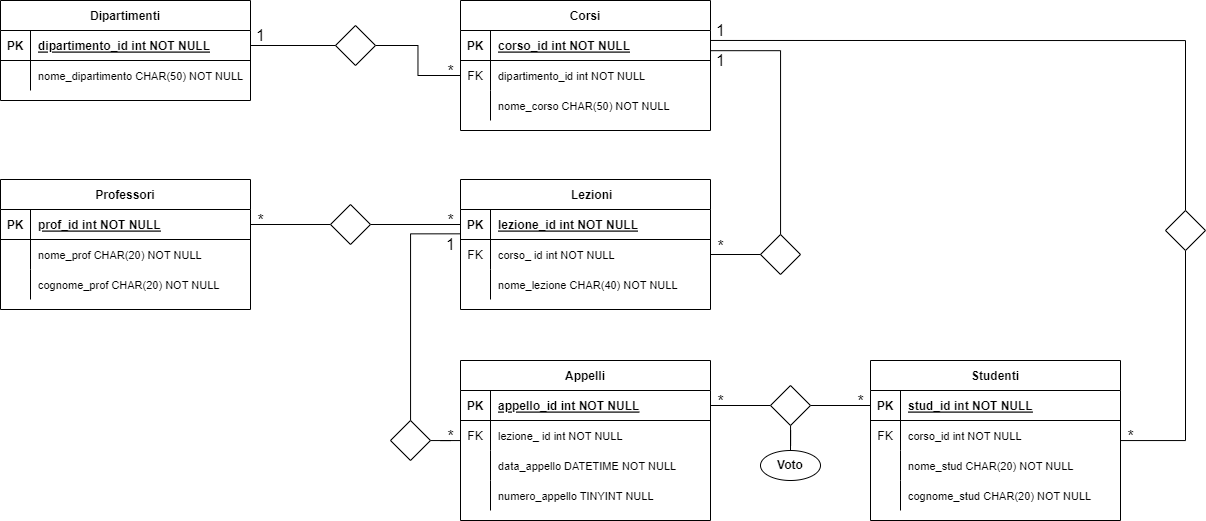
MarcoSandri/db-university keeps this draw.io diagram as Università.png. Above is the earlier version. Source tidied: cells renumbered, new cells last; positions are measured from the earlier drawing's top-left corner, leaving out a move shared by most shapes.
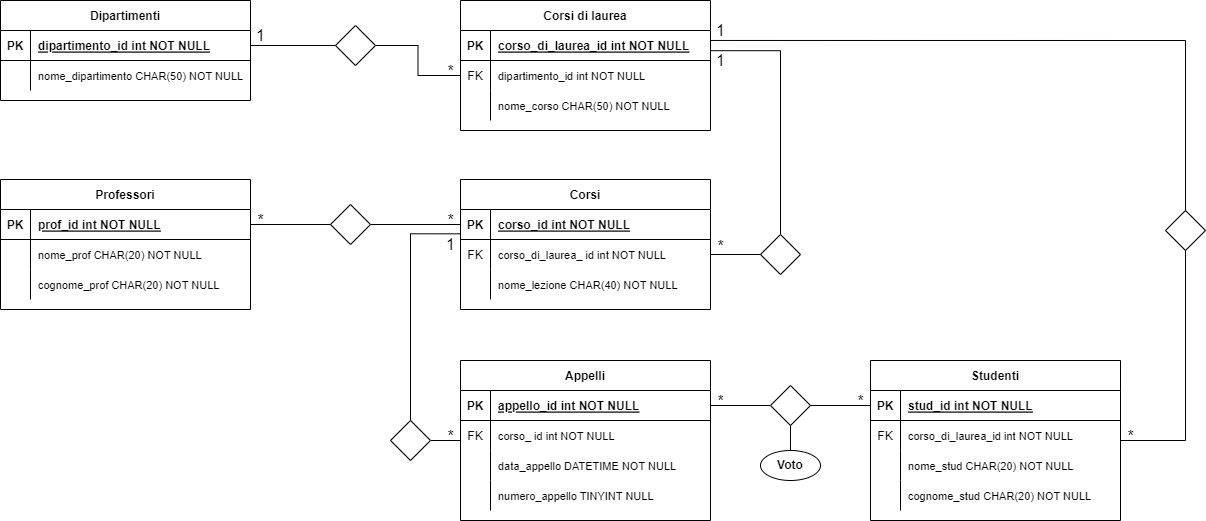
Later version of the same file.

Commit message:
corretto diagramma

The edit, as a diff of the source:
```diff
@@ -12,7 +12,7 @@
         </Array>
       </mxGeometry>
     </mxCell>
-    <mxCell id="4" value="Corsi" style="shape=table;startSize=30;rowLines=0;fontStyle=1;align=center;" parent="1" vertex="1">
+    <mxCell id="4" value="Corsi di laurea" style="shape=table;startSize=30;rowLines=0;fontStyle=1;align=center;" parent="1" vertex="1">
       <mxGeometry x="460" width="250" height="130" as="geometry" />
     </mxCell>
     <mxCell id="5" style="shape=partialRectangle;fillColor=none;points=[[0,0.5],[1,0.5]];portConstraint=eastwest;top=0;left=0;right=0;bottom=1;" parent="4" vertex="1">
@@ -21,7 +21,7 @@
     <mxCell id="6" value="PK" style="shape=partialRectangle;overflow=hidden;fillColor=none;top=0;left=0;bottom=0;right=0;fontStyle=1;" parent="5" vertex="1">
       <mxGeometry width="30" height="30" as="geometry" />
     </mxCell>
-    <mxCell id="7" value="corso_id int NOT NULL " style="shape=partialRectangle;overflow=hidden;fillColor=none;top=0;left=0;bottom=0;right=0;align=left;spacingLeft=6;fontStyle=5;" parent="5" vertex="1">
+    <mxCell id="7" value="corso_di_laurea_id int NOT NULL " style="shape=partialRectangle;overflow=hidden;fillColor=none;top=0;left=0;bottom=0;right=0;align=left;spacingLeft=6;fontStyle=5;" parent="5" vertex="1">
       <mxGeometry x="30" width="220" height="30" as="geometry" />
     </mxCell>
     <mxCell id="8" style="shape=partialRectangle;fillColor=none;points=[[0,0.5],[1,0.5]];portConstraint=eastwest;top=0;left=0;right=0;bottom=0;" parent="4" vertex="1">
@@ -42,7 +42,7 @@
     <mxCell id="13" value="nome_corso CHAR(50) NOT NULL" style="shape=partialRectangle;overflow=hidden;fillColor=none;top=0;left=0;bottom=0;right=0;align=left;spacingLeft=6;fontSize=11;" parent="11" vertex="1">
       <mxGeometry x="30" width="220" height="30" as="geometry" />
     </mxCell>
-    <mxCell id="14" value="    Lezioni" style="shape=table;startSize=30;rowLines=0;fontStyle=1;align=center;" parent="1" vertex="1">
+    <mxCell id="14" value="Corsi" style="shape=table;startSize=30;rowLines=0;fontStyle=1;align=center;" parent="1" vertex="1">
       <mxGeometry x="460" y="179" width="250" height="130" as="geometry" />
     </mxCell>
     <mxCell id="15" style="shape=partialRectangle;fillColor=none;points=[[0,0.5],[1,0.5]];portConstraint=eastwest;top=0;left=0;right=0;bottom=1;" parent="14" vertex="1">
@@ -51,7 +51,7 @@
     <mxCell id="16" value="PK" style="shape=partialRectangle;overflow=hidden;fillColor=none;top=0;left=0;bottom=0;right=0;fontStyle=1;" parent="15" vertex="1">
       <mxGeometry width="30" height="30" as="geometry" />
     </mxCell>
-    <mxCell id="17" value="lezione_id int NOT NULL " style="shape=partialRectangle;overflow=hidden;fillColor=none;top=0;left=0;bottom=0;right=0;align=left;spacingLeft=6;fontStyle=5;" parent="15" vertex="1">
+    <mxCell id="17" value="corso_id int NOT NULL " style="shape=partialRectangle;overflow=hidden;fillColor=none;top=0;left=0;bottom=0;right=0;align=left;spacingLeft=6;fontStyle=5;" parent="15" vertex="1">
       <mxGeometry x="30" width="220" height="30" as="geometry" />
     </mxCell>
     <mxCell id="18" style="shape=partialRectangle;fillColor=none;points=[[0,0.5],[1,0.5]];portConstraint=eastwest;top=0;left=0;right=0;bottom=0;" parent="14" vertex="1">
@@ -60,7 +60,7 @@
     <mxCell id="19" value="FK" style="shape=partialRectangle;overflow=hidden;fillColor=none;top=0;left=0;bottom=0;right=0;" parent="18" vertex="1">
       <mxGeometry width="30" height="30" as="geometry" />
     </mxCell>
-    <mxCell id="20" value="corso_ id int NOT NULL" style="shape=partialRectangle;overflow=hidden;fillColor=none;top=0;left=0;bottom=0;right=0;align=left;spacingLeft=6;fontSize=11;" parent="18" vertex="1">
+    <mxCell id="20" value="corso_di_laurea_ id int NOT NULL" style="shape=partialRectangle;overflow=hidden;fillColor=none;top=0;left=0;bottom=0;right=0;align=left;spacingLeft=6;fontSize=11;" parent="18" vertex="1">
       <mxGeometry x="30" width="220" height="30" as="geometry" />
     </mxCell>
     <mxCell id="21" style="shape=tableRow;horizontal=0;startSize=0;swimlaneHead=0;swimlaneBody=0;fillColor=none;top=0;left=0;right=0;bottom=0;fontSize=16;" parent="14" vertex="1">
@@ -186,7 +186,7 @@
     <mxCell id="61" value="FK" style="shape=partialRectangle;overflow=hidden;fillColor=none;top=0;left=0;bottom=0;right=0;" parent="60" vertex="1">
       <mxGeometry width="30" height="30" as="geometry" />
     </mxCell>
-    <mxCell id="62" value="lezione_ id int NOT NULL" style="shape=partialRectangle;overflow=hidden;fillColor=none;top=0;left=0;bottom=0;right=0;align=left;spacingLeft=6;fontSize=11;" parent="60" vertex="1">
+    <mxCell id="62" value="corso_ id int NOT NULL" style="shape=partialRectangle;overflow=hidden;fillColor=none;top=0;left=0;bottom=0;right=0;align=left;spacingLeft=6;fontSize=11;" parent="60" vertex="1">
       <mxGeometry x="30" width="220" height="30" as="geometry" />
     </mxCell>
     <mxCell id="63" style="shape=tableRow;horizontal=0;startSize=0;swimlaneHead=0;swimlaneBody=0;fillColor=none;top=0;left=0;right=0;bottom=0;fontSize=12;" parent="56" vertex="1">
@@ -240,7 +240,7 @@
     <mxCell id="79" value="FK" style="shape=partialRectangle;fillColor=none;top=0;left=0;bottom=0;right=0;fontStyle=0;overflow=hidden;fontSize=12;" parent="78" vertex="1">
       <mxGeometry width="30" height="30" as="geometry" />
     </mxCell>
-    <mxCell id="80" value="corso_id int NOT NULL" style="shape=partialRectangle;fillColor=none;top=0;left=0;bottom=0;right=0;align=left;spacingLeft=6;fontStyle=0;overflow=hidden;fontSize=11;" parent="78" vertex="1">
+    <mxCell id="80" value="corso_di_laurea_id int NOT NULL" style="shape=partialRectangle;fillColor=none;top=0;left=0;bottom=0;right=0;align=left;spacingLeft=6;fontStyle=0;overflow=hidden;fontSize=11;" parent="78" vertex="1">
       <mxGeometry x="30" width="220" height="30" as="geometry" />
     </mxCell>
     <mxCell id="81" style="shape=partialRectangle;fillColor=none;top=0;left=0;right=0;bottom=0;" parent="74" vertex="1">
```
